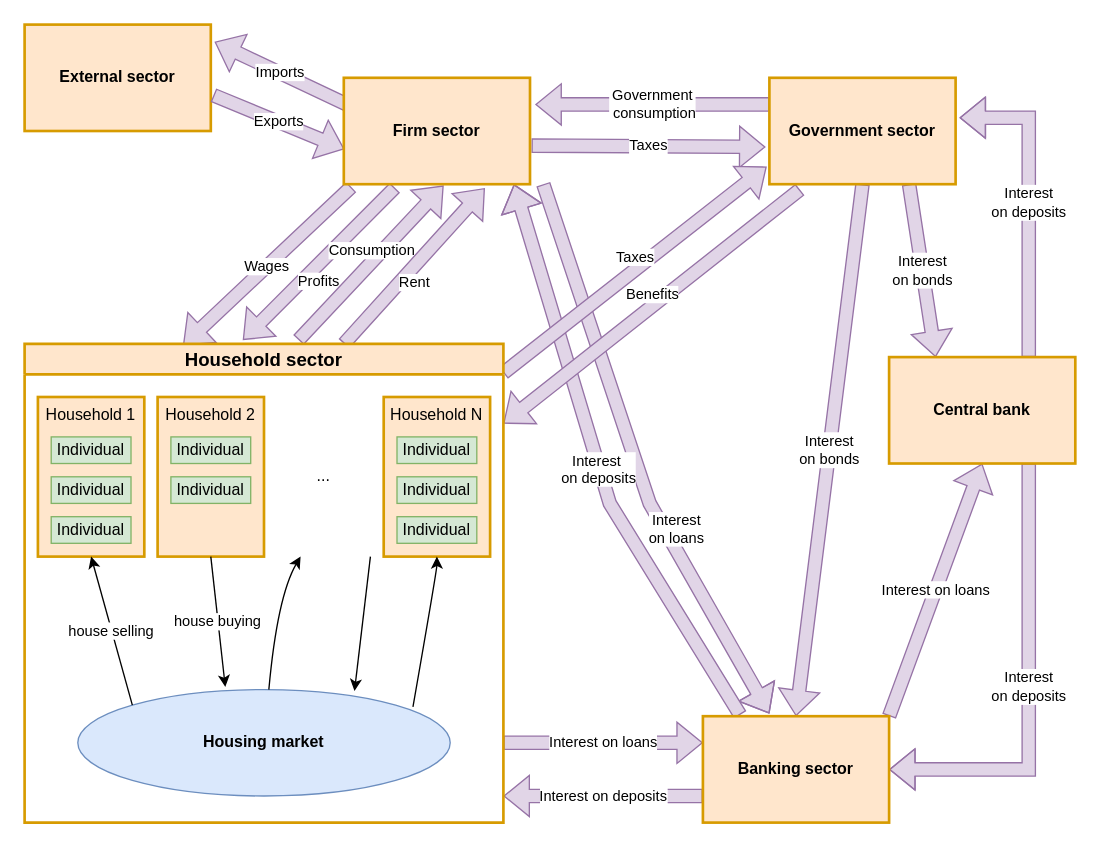
Earlier version of the draw.io diagram OeNB_Proposal2024_CostOfLiving_FlowDiagram.drawio (zauster/draw.io). Source tidied: cells renumbered, new cells numbered last; positions are measured from the earlier drawing's top-left corner, leaving out a move shared by most shapes. Both pictures are drawn from the tidied source at 133%, with x=0, y=0 at pixel (24, 24).
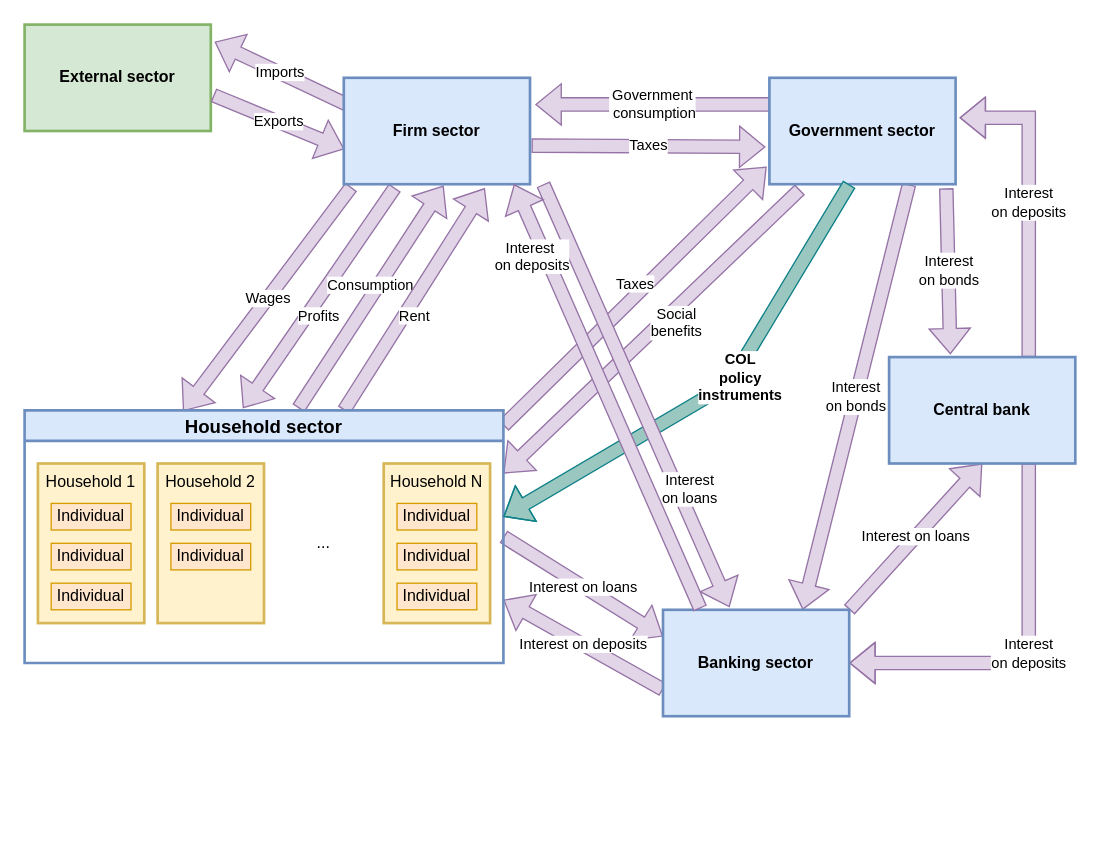
The same page after the edit.

The change refers to these unchanged cells:
```xml
<mxCell id="26" value="..." style="text;html=1;strokeColor=none;fillColor=none;align=center;verticalAlign=middle;whiteSpace=wrap;rounded=0;" parent="22" vertex="1">
  <mxGeometry x="190" y="40" width="70" height="120" as="geometry" />
</mxCell>
```

Change to the diagram source:
```diff
@@
-    <mxCell id="2" value="&lt;div&gt;Interest &lt;br&gt;&lt;/div&gt;&lt;div&gt;on loans&lt;/div&gt;" style="endArrow=classic;html=1;rounded=0;entryX=0.357;entryY=-0.025;entryDx=0;entryDy=0;shape=flexArrow;strokeWidth=1;endSize=6;targetPerimeterSpacing=0;fillColor=#e1d5e7;strokeColor=#9673a6;entryPerimeter=0;verticalAlign=top;labelBorderColor=none;fontColor=default;" parent="1" edge="1" target="44">
-      <mxGeometry x="0.21" y="17" relative="1" as="geometry">
-        <mxPoint x="390" y="120" as="sourcePoint" />
-        <Array as="points">
-          <mxPoint x="470" y="360" />
-        </Array>
-      </mxGeometry>
-    </mxCell>
-    <mxCell id="3" value="&lt;div&gt;Interest&lt;/div&gt;&lt;div&gt;&amp;nbsp;on deposits&lt;/div&gt;" style="endArrow=classic;html=1;rounded=0;exitX=0.2;exitY=-0.012;exitDx=0;exitDy=0;shape=flexArrow;strokeWidth=1;endSize=6;targetPerimeterSpacing=0;fillColor=#e1d5e7;strokeColor=#9673a6;startArrow=none;startFill=0;exitPerimeter=0;entryX=0.914;entryY=1;entryDx=0;entryDy=0;entryPerimeter=0;verticalAlign=bottom;labelBorderColor=none;" parent="1" edge="1" source="44" target="41">
-      <mxGeometry x="-0.09" y="7" relative="1" as="geometry">
-        <Array as="points">
-          <mxPoint x="440" y="360" />
-        </Array>
-      </mxGeometry>
-    </mxCell>
-    <mxCell id="4" value="&lt;b&gt;External sector&lt;/b&gt;" style="rounded=0;whiteSpace=wrap;html=1;fillColor=#ffe6cc;strokeColor=#d79b00;strokeWidth=2;" parent="1" vertex="1">
+    <mxCell id="4" value="&lt;b&gt;External sector&lt;/b&gt;" style="rounded=0;whiteSpace=wrap;html=1;fillColor=#d5e8d4;strokeColor=#82b366;strokeWidth=2;" parent="1" vertex="1">
       <mxGeometry width="140" height="80" as="geometry" />
     </mxCell>
-    <mxCell id="5" value="Interest on loans" style="endArrow=classic;html=1;rounded=0;entryX=0;entryY=0.25;entryDx=0;entryDy=0;shape=flexArrow;strokeWidth=1;endSize=6;targetPerimeterSpacing=0;fillColor=#e1d5e7;strokeColor=#9673a6;" parent="1" edge="1" target="44">
-      <mxGeometry relative="1" as="geometry">
-        <mxPoint x="360" y="540" as="sourcePoint" />
-      </mxGeometry>
+    <mxCell id="5" value="Interest on loans" style="endArrow=classic;html=1;rounded=0;entryX=0;entryY=0.25;entryDx=0;entryDy=0;shape=flexArrow;strokeWidth=1;endSize=6;targetPerimeterSpacing=0;fillColor=#e1d5e7;strokeColor=#9673a6;exitX=1;exitY=0.5;exitDx=0;exitDy=0;" parent="1" edge="1" source="22" target="44">
+      <mxGeometry relative="1" as="geometry" />
     </mxCell>
-    <mxCell id="6" value="Interest on deposits" style="endArrow=classic;html=1;rounded=0;exitX=0;exitY=0.75;exitDx=0;exitDy=0;shape=flexArrow;strokeWidth=1;endSize=6;targetPerimeterSpacing=0;fillColor=#e1d5e7;strokeColor=#9673a6;startArrow=none;startFill=0;" parent="1" edge="1" source="44">
-      <mxGeometry relative="1" as="geometry">
-        <mxPoint x="360" y="580" as="targetPoint" />
-      </mxGeometry>
+    <mxCell id="6" value="Interest on deposits" style="endArrow=classic;html=1;rounded=0;exitX=0;exitY=0.75;exitDx=0;exitDy=0;shape=flexArrow;strokeWidth=1;endSize=6;targetPerimeterSpacing=0;fillColor=#e1d5e7;strokeColor=#9673a6;startArrow=none;startFill=0;entryX=1;entryY=0.75;entryDx=0;entryDy=0;" parent="1" edge="1" source="44" target="22">
+      <mxGeometry relative="1" as="geometry" />
     </mxCell>
@@
-    <mxCell id="15" value="&lt;div&gt;Interest&lt;/div&gt;&lt;div&gt;on bonds&lt;br&gt;&lt;/div&gt;" style="endArrow=classic;html=1;rounded=0;shape=flexArrow;strokeWidth=1;endSize=6;targetPerimeterSpacing=0;fillColor=#e1d5e7;strokeColor=#9673a6;startArrow=none;startFill=0;entryX=0.5;entryY=0;entryDx=0;entryDy=0;sourcePerimeterSpacing=0;startSize=0;exitX=0.5;exitY=1;exitDx=0;exitDy=0;" parent="1" edge="1" source="42" target="44">
+    <mxCell id="15" value="&lt;div&gt;Interest&lt;/div&gt;&lt;div&gt;on bonds&lt;br&gt;&lt;/div&gt;" style="endArrow=classic;html=1;rounded=0;shape=flexArrow;strokeWidth=1;endSize=6;targetPerimeterSpacing=0;fillColor=#e1d5e7;strokeColor=#9673a6;startArrow=none;startFill=0;sourcePerimeterSpacing=0;startSize=0;exitX=0.75;exitY=1;exitDx=0;exitDy=0;entryX=0.75;entryY=0;entryDx=0;entryDy=0;" parent="1" edge="1" source="42" target="44">
       <mxGeometry relative="1" as="geometry" />
     </mxCell>
@@
-    <mxCell id="17" value="&lt;div&gt;Benefits&lt;/div&gt;" style="endArrow=classic;html=1;rounded=0;strokeWidth=1;targetPerimeterSpacing=0;fillColor=#e1d5e7;strokeColor=#9673a6;startArrow=none;startFill=0;verticalAlign=bottom;shape=flexArrow;exitX=0.164;exitY=1.05;exitDx=0;exitDy=0;exitPerimeter=0;" parent="1" edge="1" source="42">
-      <mxGeometry relative="1" as="geometry">
-        <mxPoint x="360" y="300" as="targetPoint" />
+    <mxCell id="17" value="&lt;div&gt;Social&lt;/div&gt;&lt;div&gt;benefits&lt;br&gt;&lt;/div&gt;" style="endArrow=classic;html=1;rounded=0;strokeWidth=1;targetPerimeterSpacing=0;fillColor=#e1d5e7;strokeColor=#9673a6;startArrow=none;startFill=0;verticalAlign=bottom;shape=flexArrow;exitX=0.164;exitY=1.05;exitDx=0;exitDy=0;exitPerimeter=0;entryX=1;entryY=0.25;entryDx=0;entryDy=0;" parent="1" edge="1" source="42" target="22">
+      <mxGeometry x="-0.05" y="19" relative="1" as="geometry">
+        <mxPoint y="1" as="offset" />
       </mxGeometry>
     </mxCell>
@@
-    <mxCell id="20" value="&lt;div&gt;Interest&lt;/div&gt;&lt;div&gt;on bonds&lt;br&gt;&lt;/div&gt;" style="endArrow=classic;html=1;rounded=0;shape=flexArrow;strokeWidth=1;endSize=6;targetPerimeterSpacing=0;fillColor=#e1d5e7;strokeColor=#9673a6;startArrow=none;startFill=0;entryX=0.25;entryY=0;entryDx=0;entryDy=0;sourcePerimeterSpacing=0;startSize=0;exitX=0.75;exitY=1;exitDx=0;exitDy=0;" parent="1" edge="1" source="42" target="43">
+    <mxCell id="20" value="&lt;div&gt;Interest&lt;/div&gt;&lt;div&gt;on bonds&lt;br&gt;&lt;/div&gt;" style="endArrow=classic;html=1;rounded=0;shape=flexArrow;strokeWidth=1;endSize=6;targetPerimeterSpacing=0;fillColor=#e1d5e7;strokeColor=#9673a6;startArrow=none;startFill=0;entryX=0.329;entryY=-0.025;entryDx=0;entryDy=0;sourcePerimeterSpacing=0;startSize=0;exitX=0.95;exitY=1.038;exitDx=0;exitDy=0;exitPerimeter=0;entryPerimeter=0;" parent="1" edge="1" source="42" target="43">
       <mxGeometry relative="1" as="geometry" />
     </mxCell>
@@
-    <mxCell id="22" value="Household sector" style="swimlane;fillColor=#ffe6cc;strokeColor=#d79b00;strokeWidth=2;fontSize=14;startSize=23;" parent="1" vertex="1">
-      <mxGeometry y="240" width="360" height="360" as="geometry" />
+    <mxCell id="22" value="Household sector" style="swimlane;fillColor=#dae8fc;strokeColor=#6c8ebf;strokeWidth=2;fontSize=14;startSize=23;" parent="1" vertex="1">
+      <mxGeometry y="290" width="360" height="190" as="geometry" />
     </mxCell>
-    <mxCell id="23" value="Household 1" style="rounded=0;whiteSpace=wrap;html=1;fillColor=#ffe6cc;strokeColor=#d79b00;strokeWidth=2;verticalAlign=top;" parent="22" vertex="1">
+    <mxCell id="23" value="Household 1" style="rounded=0;whiteSpace=wrap;html=1;fillColor=#fff2cc;strokeColor=#d6b656;strokeWidth=2;verticalAlign=top;" parent="22" vertex="1">
       <mxGeometry x="10" y="40" width="80" height="120" as="geometry" />
     </mxCell>
-    <mxCell id="24" value="Household 2" style="rounded=0;whiteSpace=wrap;html=1;fillColor=#ffe6cc;strokeColor=#d79b00;strokeWidth=2;verticalAlign=top;" parent="22" vertex="1">
+    <mxCell id="24" value="Household 2" style="rounded=0;whiteSpace=wrap;html=1;fillColor=#fff2cc;strokeColor=#d6b656;strokeWidth=2;verticalAlign=top;" parent="22" vertex="1">
       <mxGeometry x="100" y="40" width="80" height="120" as="geometry" />
     </mxCell>
-    <mxCell id="25" value="Household N" style="rounded=0;whiteSpace=wrap;html=1;fillColor=#ffe6cc;strokeColor=#d79b00;strokeWidth=2;verticalAlign=top;" parent="22" vertex="1">
+    <mxCell id="25" value="Household N" style="rounded=0;whiteSpace=wrap;html=1;fillColor=#fff2cc;strokeColor=#d6b656;strokeWidth=2;verticalAlign=top;" parent="22" vertex="1">
       <mxGeometry x="270" y="40" width="80" height="120" as="geometry" />
     </mxCell>
@@
-    <mxCell id="27" value="&lt;b&gt;Housing market&lt;/b&gt;" style="ellipse;whiteSpace=wrap;html=1;fillColor=#dae8fc;strokeColor=#6c8ebf;" parent="22" vertex="1">
-      <mxGeometry x="40" y="260" width="280" height="80" as="geometry" />
-    </mxCell>
-    <mxCell id="28" value="house selling" style="curved=1;endArrow=classic;html=1;rounded=0;exitX=0;exitY=0;exitDx=0;exitDy=0;entryX=0.5;entryY=1;entryDx=0;entryDy=0;" parent="22" edge="1" source="27" target="23">
-      <mxGeometry relative="1" as="geometry" />
-    </mxCell>
-    <mxCell id="29" style="curved=1;endArrow=classic;html=1;rounded=0;entryX=0.25;entryY=1;entryDx=0;entryDy=0;" parent="22" edge="1" source="27" target="26">
-      <mxGeometry relative="1" as="geometry">
-        <Array as="points">
-          <mxPoint x="190" y="190" />
-        </Array>
-      </mxGeometry>
-    </mxCell>
-    <mxCell id="30" value="house buying" style="curved=1;endArrow=classic;html=1;rounded=0;exitX=0.5;exitY=1;exitDx=0;exitDy=0;entryX=0.396;entryY=-0.025;entryDx=0;entryDy=0;entryPerimeter=0;" parent="22" edge="1" source="24" target="27">
-      <mxGeometry relative="1" as="geometry" />
-    </mxCell>
-    <mxCell id="31" style="curved=1;endArrow=classic;html=1;rounded=0;entryX=0.5;entryY=1;entryDx=0;entryDy=0;exitX=0.9;exitY=0.163;exitDx=0;exitDy=0;exitPerimeter=0;" parent="22" edge="1" source="27" target="25">
-      <mxGeometry relative="1" as="geometry">
-        <Array as="points">
-          <mxPoint x="310" y="170" />
-        </Array>
-      </mxGeometry>
-    </mxCell>
-    <mxCell id="32" style="curved=1;endArrow=classic;html=1;rounded=0;entryX=0.743;entryY=0.013;entryDx=0;entryDy=0;entryPerimeter=0;exitX=1;exitY=1;exitDx=0;exitDy=0;" parent="22" edge="1" source="26" target="27">
-      <mxGeometry relative="1" as="geometry" />
-    </mxCell>
-    <mxCell id="33" value="Individual" style="rounded=0;whiteSpace=wrap;html=1;fillColor=#d5e8d4;strokeColor=#82b366;" parent="22" vertex="1">
+    <mxCell id="33" value="Individual" style="rounded=0;whiteSpace=wrap;html=1;fillColor=#ffe6cc;strokeColor=#d79b00;" parent="22" vertex="1">
       <mxGeometry x="20" y="70" width="60" height="20" as="geometry" />
     </mxCell>
-    <mxCell id="34" value="Individual" style="rounded=0;whiteSpace=wrap;html=1;fillColor=#d5e8d4;strokeColor=#82b366;" parent="22" vertex="1">
+    <mxCell id="34" value="Individual" style="rounded=0;whiteSpace=wrap;html=1;fillColor=#ffe6cc;strokeColor=#d79b00;" parent="22" vertex="1">
       <mxGeometry x="20" y="100" width="60" height="20" as="geometry" />
     </mxCell>
-    <mxCell id="35" value="Individual" style="rounded=0;whiteSpace=wrap;html=1;fillColor=#d5e8d4;strokeColor=#82b366;" parent="22" vertex="1">
+    <mxCell id="35" value="Individual" style="rounded=0;whiteSpace=wrap;html=1;fillColor=#ffe6cc;strokeColor=#d79b00;" parent="22" vertex="1">
       <mxGeometry x="20" y="130" width="60" height="20" as="geometry" />
     </mxCell>
-    <mxCell id="36" value="Individual" style="rounded=0;whiteSpace=wrap;html=1;fillColor=#d5e8d4;strokeColor=#82b366;" parent="22" vertex="1">
+    <mxCell id="36" value="Individual" style="rounded=0;whiteSpace=wrap;html=1;fillColor=#ffe6cc;strokeColor=#d79b00;" parent="22" vertex="1">
       <mxGeometry x="110" y="70" width="60" height="20" as="geometry" />
     </mxCell>
-    <mxCell id="37" value="Individual" style="rounded=0;whiteSpace=wrap;html=1;fillColor=#d5e8d4;strokeColor=#82b366;" parent="22" vertex="1">
+    <mxCell id="37" value="Individual" style="rounded=0;whiteSpace=wrap;html=1;fillColor=#ffe6cc;strokeColor=#d79b00;" parent="22" vertex="1">
       <mxGeometry x="110" y="100" width="60" height="20" as="geometry" />
     </mxCell>
-    <mxCell id="38" value="Individual" style="rounded=0;whiteSpace=wrap;html=1;fillColor=#d5e8d4;strokeColor=#82b366;" parent="22" vertex="1">
+    <mxCell id="38" value="Individual" style="rounded=0;whiteSpace=wrap;html=1;fillColor=#ffe6cc;strokeColor=#d79b00;" parent="22" vertex="1">
       <mxGeometry x="280" y="70" width="60" height="20" as="geometry" />
     </mxCell>
-    <mxCell id="39" value="Individual" style="rounded=0;whiteSpace=wrap;html=1;fillColor=#d5e8d4;strokeColor=#82b366;" parent="22" vertex="1">
+    <mxCell id="39" value="Individual" style="rounded=0;whiteSpace=wrap;html=1;fillColor=#ffe6cc;strokeColor=#d79b00;" parent="22" vertex="1">
       <mxGeometry x="280" y="100" width="60" height="20" as="geometry" />
     </mxCell>
-    <mxCell id="40" value="Individual" style="rounded=0;whiteSpace=wrap;html=1;fillColor=#d5e8d4;strokeColor=#82b366;" parent="22" vertex="1">
+    <mxCell id="40" value="Individual" style="rounded=0;whiteSpace=wrap;html=1;fillColor=#ffe6cc;strokeColor=#d79b00;" parent="22" vertex="1">
       <mxGeometry x="280" y="130" width="60" height="20" as="geometry" />
     </mxCell>
-    <mxCell id="41" value="&lt;b&gt;Firm sector&lt;/b&gt;" style="rounded=0;whiteSpace=wrap;html=1;fillColor=#ffe6cc;strokeColor=#d79b00;strokeWidth=2;" parent="1" vertex="1">
+    <mxCell id="41" value="&lt;b&gt;Firm sector&lt;/b&gt;" style="rounded=0;whiteSpace=wrap;html=1;fillColor=#dae8fc;strokeColor=#6c8ebf;strokeWidth=2;" parent="1" vertex="1">
       <mxGeometry x="240" y="40" width="140" height="80" as="geometry" />
     </mxCell>
-    <mxCell id="42" value="&lt;b&gt;Government sector&lt;br&gt;&lt;/b&gt;" style="rounded=0;whiteSpace=wrap;html=1;fillColor=#ffe6cc;strokeColor=#d79b00;strokeWidth=2;" parent="1" vertex="1">
+    <mxCell id="42" value="&lt;b&gt;Government sector&lt;br&gt;&lt;/b&gt;" style="rounded=0;whiteSpace=wrap;html=1;fillColor=#dae8fc;strokeColor=#6c8ebf;strokeWidth=2;" parent="1" vertex="1">
       <mxGeometry x="560" y="40" width="140" height="80" as="geometry" />
     </mxCell>
-    <mxCell id="43" value="&lt;b&gt;Central bank&lt;/b&gt;" style="rounded=0;whiteSpace=wrap;html=1;fillColor=#ffe6cc;strokeColor=#d79b00;strokeWidth=2;" parent="1" vertex="1">
+    <mxCell id="43" value="&lt;b&gt;Central bank&lt;/b&gt;" style="rounded=0;whiteSpace=wrap;html=1;fillColor=#dae8fc;strokeColor=#6c8ebf;strokeWidth=2;" parent="1" vertex="1">
       <mxGeometry x="650" y="250" width="140" height="80" as="geometry" />
     </mxCell>
-    <mxCell id="44" value="&lt;b&gt;Banking sector&lt;/b&gt;" style="rounded=0;whiteSpace=wrap;html=1;fillColor=#ffe6cc;strokeColor=#d79b00;strokeWidth=2;" parent="1" vertex="1">
-      <mxGeometry x="510" y="520" width="140" height="80" as="geometry" />
+    <mxCell id="44" value="&lt;b&gt;Banking sector&lt;/b&gt;" style="rounded=0;whiteSpace=wrap;html=1;fillColor=#dae8fc;strokeColor=#6c8ebf;strokeWidth=2;" parent="1" vertex="1">
+      <mxGeometry x="480" y="440" width="140" height="80" as="geometry" />
     </mxCell>
+    <mxCell id="45" value="&lt;div&gt;&lt;b&gt;COL&lt;/b&gt;&lt;/div&gt;&lt;div&gt;&lt;b&gt;policy&lt;/b&gt;&lt;/div&gt;&lt;div&gt;&lt;b&gt;instruments&lt;/b&gt;&lt;br&gt;&lt;/div&gt;" style="endArrow=classic;html=1;rounded=0;strokeWidth=1;targetPerimeterSpacing=0;fillColor=#9AC7BF;startArrow=none;startFill=0;verticalAlign=bottom;shape=flexArrow;exitX=0.429;exitY=1;exitDx=0;exitDy=0;exitPerimeter=0;strokeColor=#0e8088;" parent="1" edge="1" source="42">
+      <mxGeometry x="-0.05" y="19" relative="1" as="geometry">
+        <mxPoint x="360" y="370" as="targetPoint" />
+        <Array as="points">
+          <mxPoint x="530" y="270" />
+        </Array>
+        <mxPoint y="1" as="offset" />
+      </mxGeometry>
+    </mxCell>
+    <mxCell id="2" value="&lt;div&gt;Interest &lt;br&gt;&lt;/div&gt;&lt;div&gt;on loans&lt;/div&gt;" style="endArrow=classic;html=1;rounded=0;entryX=0.357;entryY=-0.025;entryDx=0;entryDy=0;shape=flexArrow;strokeWidth=1;endSize=6;targetPerimeterSpacing=0;fillColor=#e1d5e7;strokeColor=#9673a6;entryPerimeter=0;verticalAlign=top;labelBorderColor=none;fontColor=default;" parent="1" edge="1" target="44">
+      <mxGeometry x="0.36" y="16" relative="1" as="geometry">
+        <mxPoint x="390" y="120" as="sourcePoint" />
+      </mxGeometry>
+    </mxCell>
+    <mxCell id="3" value="&lt;div&gt;Interest&lt;/div&gt;&lt;div&gt;&amp;nbsp;on deposits&lt;/div&gt;" style="endArrow=classic;html=1;rounded=0;exitX=0.2;exitY=-0.012;exitDx=0;exitDy=0;shape=flexArrow;strokeWidth=1;endSize=6;targetPerimeterSpacing=0;fillColor=#e1d5e7;strokeColor=#9673a6;startArrow=none;startFill=0;exitPerimeter=0;entryX=0.914;entryY=1;entryDx=0;entryDy=0;entryPerimeter=0;verticalAlign=bottom;labelBorderColor=none;" parent="1" edge="1" source="44" target="41">
+      <mxGeometry x="0.6" y="17" relative="1" as="geometry" />
+    </mxCell>
```
